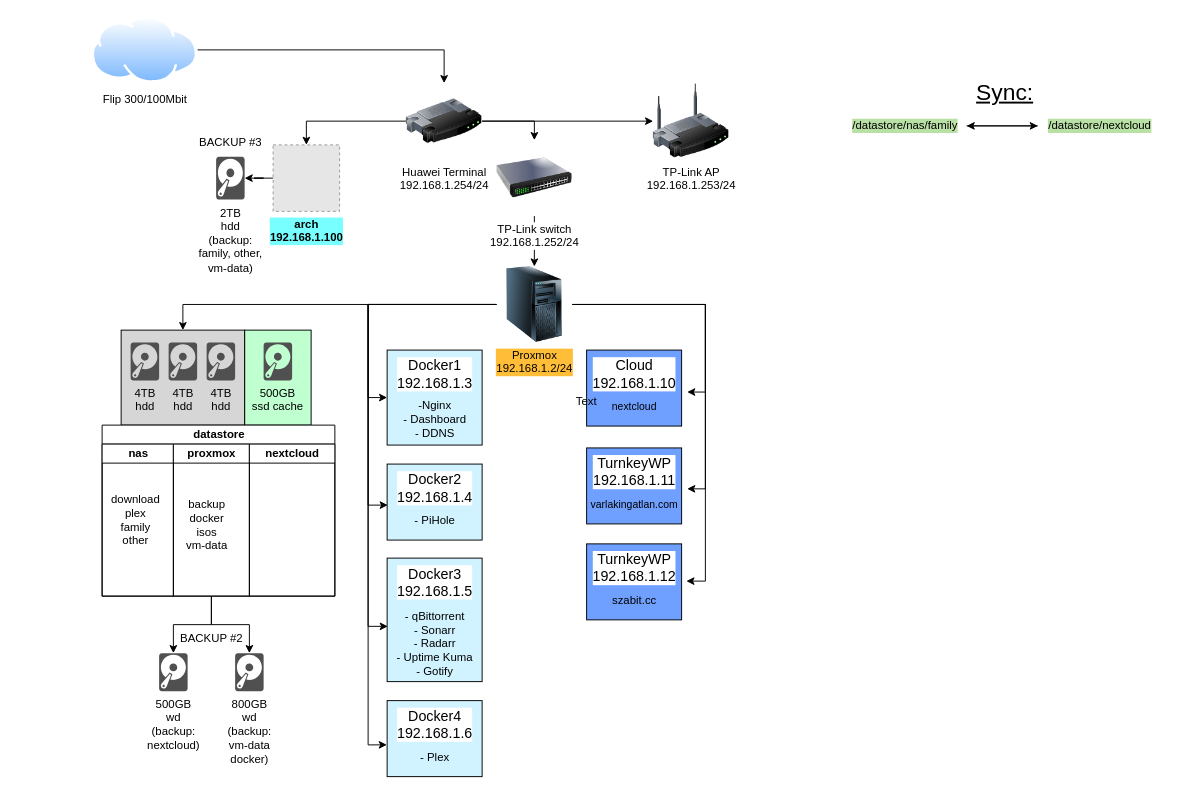
The draw.io diagram Untitled Diagram.drawio in tabzor/fff, before the edit. Source tidied: cells renumbered, new cells numbered last; positions are measured from the earlier drawing's top-left corner, leaving out a move shared by most shapes. Both pictures are drawn from the tidied source at 95%, with x=0, y=0 at pixel (91, 16). Pictures stored in the file or linked from it are replaced by grey dashed boxes.
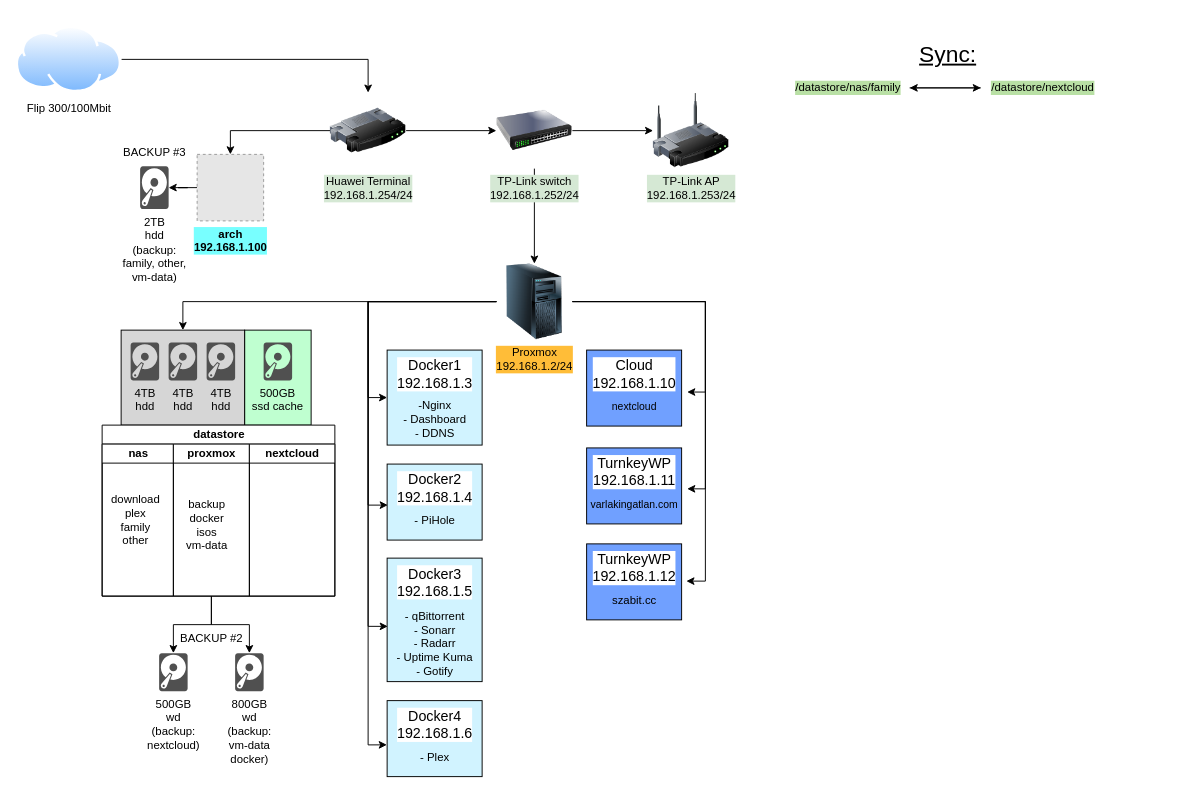
The same page after the edit.

The edit, as a diff of the source:
```diff
@@
     <mxCell id="23" value="&lt;div&gt;2TB&lt;/div&gt;&lt;div&gt;hdd&lt;br&gt;&lt;/div&gt;&lt;div&gt;(backup:&lt;/div&gt;&lt;div&gt;family, other,&lt;/div&gt;&lt;div&gt;vm-data)&lt;br&gt;&lt;/div&gt;" style="sketch=0;shadow=0;dashed=0;html=1;strokeColor=none;fillColor=#505050;labelPosition=center;verticalLabelPosition=bottom;verticalAlign=top;outlineConnect=0;align=center;shape=mxgraph.office.devices.hard_disk;" parent="1" vertex="1">
-      <mxGeometry x="131" y="147.5" width="30" height="45" as="geometry" />
+      <mxGeometry x="51" y="157.5" width="30" height="45" as="geometry" />
     </mxCell>
@@
     <mxCell id="38" value="Flip 300/100Mbit" style="image;perimeter=ellipsePerimeter;html=1;align=center;shadow=0;dashed=0;spacingTop=3;image=img/lib/active_directory/internet_cloud.svg;" parent="1" vertex="1">
-      <mxGeometry x="0.4" width="111.1" height="70" as="geometry" />
+      <mxGeometry x="-79.6" y="10" width="111.1" height="70" as="geometry" />
     </mxCell>
@@
-    <mxCell id="40" style="edgeStyle=orthogonalEdgeStyle;rounded=0;jettySize=auto;html=1;entryX=0.5;entryY=0;entryDx=0;entryDy=0;" parent="1" edge="1" source="42" target="45">
+    <mxCell id="40" style="edgeStyle=orthogonalEdgeStyle;rounded=0;jettySize=auto;html=1;entryX=0;entryY=0.5;entryDx=0;entryDy=0;" parent="1" edge="1" source="42" target="45">
       <mxGeometry relative="1" as="geometry" />
     </mxCell>
-    <mxCell id="41" style="edgeStyle=orthogonalEdgeStyle;rounded=0;jettySize=auto;html=1;entryX=0;entryY=0.5;entryDx=0;entryDy=0;" parent="1" edge="1" source="42" target="43">
-      <mxGeometry relative="1" as="geometry" />
-    </mxCell>
-    <mxCell id="42" value="&lt;div&gt;Huawei Terminal&lt;/div&gt;&lt;div&gt;192.168.1.254/24&lt;br&gt;&lt;/div&gt;" style="image;html=1;image=img/lib/clip_art/networking/Router_128x128.png;" parent="1" vertex="1">
-      <mxGeometry x="331" y="70" width="80" height="80" as="geometry" />
+    <mxCell id="42" value="&lt;div&gt;Huawei Terminal&lt;/div&gt;&lt;div&gt;192.168.1.254/24&lt;br&gt;&lt;/div&gt;" style="image;html=1;image=img/lib/clip_art/networking/Router_128x128.png;labelBackgroundColor=#D5E8D4;" parent="1" vertex="1">
+      <mxGeometry x="251" y="80" width="80" height="80" as="geometry" />
     </mxCell>
+    <mxCell id="44" style="edgeStyle=orthogonalEdgeStyle;rounded=0;jettySize=auto;html=1;" parent="1" edge="1" source="45" target="54">
+      <mxGeometry relative="1" as="geometry" />
+    </mxCell>
-    <mxCell id="43" value="&lt;div&gt;TP-Link AP&lt;/div&gt;&lt;div&gt;192.168.1.253/24&lt;br&gt;&lt;/div&gt;" style="image;html=1;image=img/lib/clip_art/networking/Wireless_Router_128x128.png;" parent="1" vertex="1">
-      <mxGeometry x="591" y="70" width="80" height="80" as="geometry" />
+    <mxCell id="43" value="&lt;div&gt;TP-Link AP&lt;/div&gt;&lt;div&gt;192.168.1.253/24&lt;br&gt;&lt;/div&gt;" style="image;html=1;image=img/lib/clip_art/networking/Wireless_Router_128x128.png;labelBackgroundColor=#D5E8D4;" parent="1" vertex="1">
+      <mxGeometry x="591" y="80" width="80" height="80" as="geometry" />
     </mxCell>
-    <mxCell id="44" style="edgeStyle=orthogonalEdgeStyle;rounded=0;jettySize=auto;html=1;" parent="1" edge="1" source="45" target="54">
-      <mxGeometry relative="1" as="geometry" />
-    </mxCell>
+    <mxCell id="68" style="edgeStyle=orthogonalEdgeStyle;rounded=0;jettySize=auto;html=1;entryX=0;entryY=0.5;entryDx=0;entryDy=0;" parent="1" edge="1" source="45" target="43">
+      <mxGeometry relative="1" as="geometry" />
+    </mxCell>
-    <mxCell id="45" value="&lt;div&gt;TP-Link switch&lt;/div&gt;&lt;div&gt;192.168.1.252/24&lt;br&gt;&lt;/div&gt;" style="image;html=1;image=img/lib/clip_art/networking/Switch_128x128.png;" parent="1" vertex="1">
-      <mxGeometry x="426" y="130" width="80" height="80" as="geometry" />
+    <mxCell id="45" value="&lt;div&gt;TP-Link switch&lt;/div&gt;&lt;div&gt;192.168.1.252/24&lt;br&gt;&lt;/div&gt;" style="image;html=1;image=img/lib/clip_art/networking/Switch_128x128.png;labelBackgroundColor=#D5E8D4;" parent="1" vertex="1">
+      <mxGeometry x="426" y="80" width="80" height="80" as="geometry" />
     </mxCell>
@@
     <mxCell id="54" value="&lt;div&gt;Proxmox&lt;/div&gt;&lt;div&gt;192.168.1.2/24&lt;br&gt;&lt;/div&gt;" style="image;html=1;image=img/lib/clip_art/computers/Server_Tower_128x128.png;labelBackgroundColor=#FFBD38;" parent="1" vertex="1">
-      <mxGeometry x="426" y="263" width="80" height="80" as="geometry" />
+      <mxGeometry x="426" y="260" width="80" height="80" as="geometry" />
     </mxCell>
@@
     <mxCell id="56" value="&lt;div&gt;&lt;b&gt;arch&lt;/b&gt;&lt;/div&gt;&lt;div&gt;&lt;b&gt;192.168.1.100&lt;br&gt;&lt;/b&gt;&lt;/div&gt;" style="fillColor=#E6E6E6;strokeColor=#999999;dashed=1;html=1;verticalAlign=top;verticalLabelPosition=bottom;labelBackgroundColor=#78FFFF;" parent="1" vertex="1">
-      <mxGeometry x="191" y="135" width="70" height="70" as="geometry" />
+      <mxGeometry x="111" y="145" width="70" height="70" as="geometry" />
     </mxCell>
@@
     <mxCell id="61" value="BACKUP #3" style="text;html=1;align=center;verticalAlign=middle;strokeColor=none;fillColor=none;textDirection=ltr;rotation=0;" parent="1" vertex="1">
-      <mxGeometry x="101" y="117.5" width="90" height="30" as="geometry" />
+      <mxGeometry x="21" y="127.5" width="90" height="30" as="geometry" />
     </mxCell>
-    <mxCell id="62" value="Text" style="text;html=1;strokeColor=none;fillColor=none;align=center;verticalAlign=middle;whiteSpace=wrap;rounded=0;" parent="1" vertex="1">
-      <mxGeometry x="491" y="390" width="60" height="30" as="geometry" />
-    </mxCell>
     <mxCell id="63" value="&lt;div style=&quot;font-size: 24px;&quot;&gt;Sync:&lt;/div&gt;" style="text;html=1;align=center;verticalAlign=middle;strokeColor=none;fillColor=none;fontSize=24;fontStyle=4;" parent="1" vertex="1">
-      <mxGeometry x="921" y="60" width="80" height="40" as="geometry" />
+      <mxGeometry x="861" y="20" width="80" height="40" as="geometry" />
     </mxCell>
@@
     <mxCell id="65" value="/datastore/nas/family" style="text;align=center;verticalAlign=middle;points=[];strokeColor=none;fillColor=none;labelBackgroundColor=#B9E0A5;labelBorderColor=none;html=1;" parent="1" vertex="1">
-      <mxGeometry x="791" y="100" width="130" height="30" as="geometry" />
+      <mxGeometry x="731" y="60" width="130" height="30" as="geometry" />
     </mxCell>
@@
     <mxCell id="67" value="/datastore/nextcloud" style="text;html=1;align=center;verticalAlign=middle;points=[];strokeColor=none;fillColor=none;fontColor=#000000;labelBackgroundColor=#B9E0A5;" parent="1" vertex="1">
-      <mxGeometry x="996" y="100" width="130" height="30" as="geometry" />
+      <mxGeometry x="936" y="60" width="130" height="30" as="geometry" />
     </mxCell>
```
